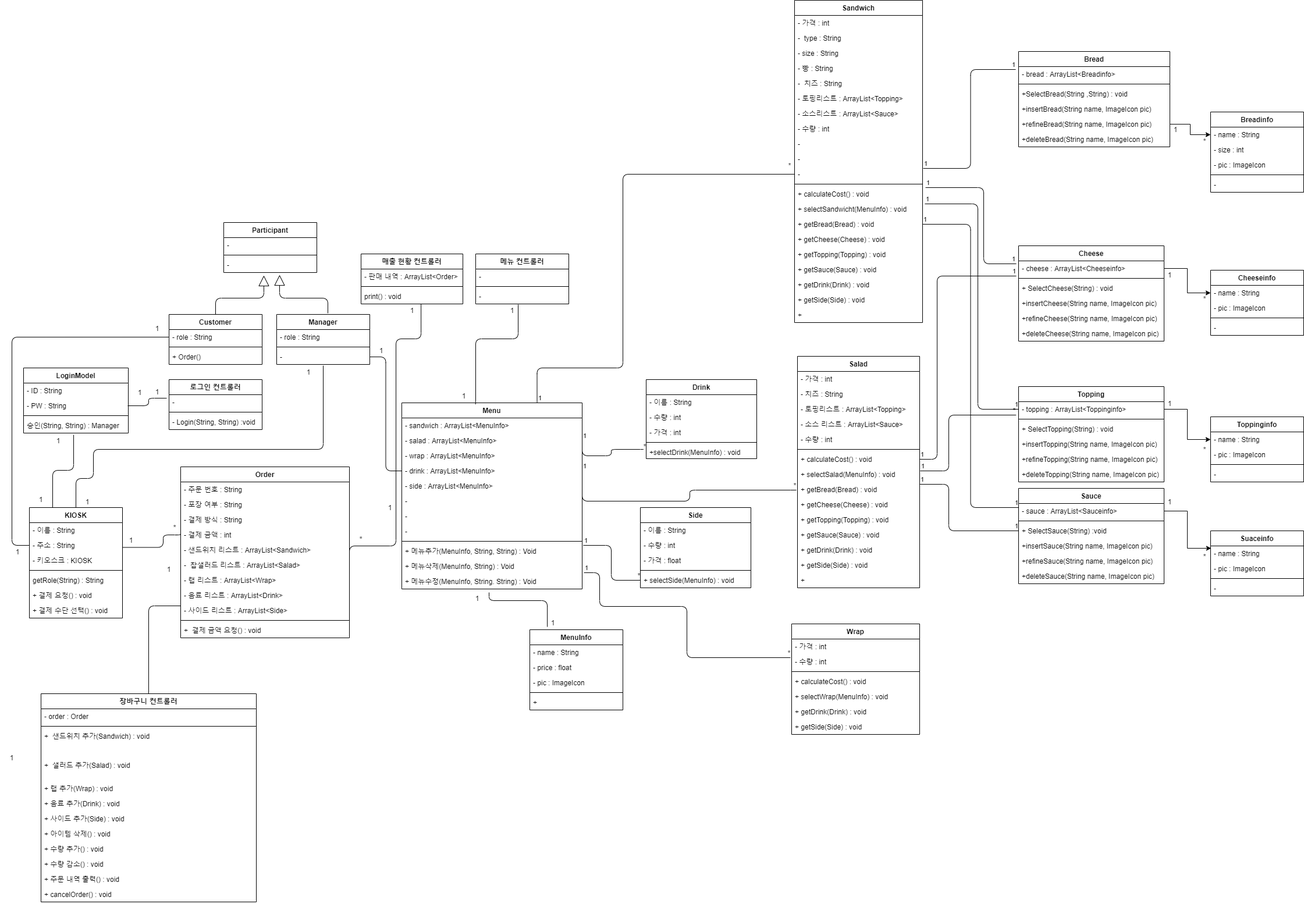
Before: 상세명세서/Structural Model/Class Diagram2.png, a diagram exported from draw.io (distroytest/KNUSD-20202-Team05). Source tidied: cells renumbered, new cells last; positions are measured from the earlier drawing's top-left corner, leaving out a move shared by most shapes.
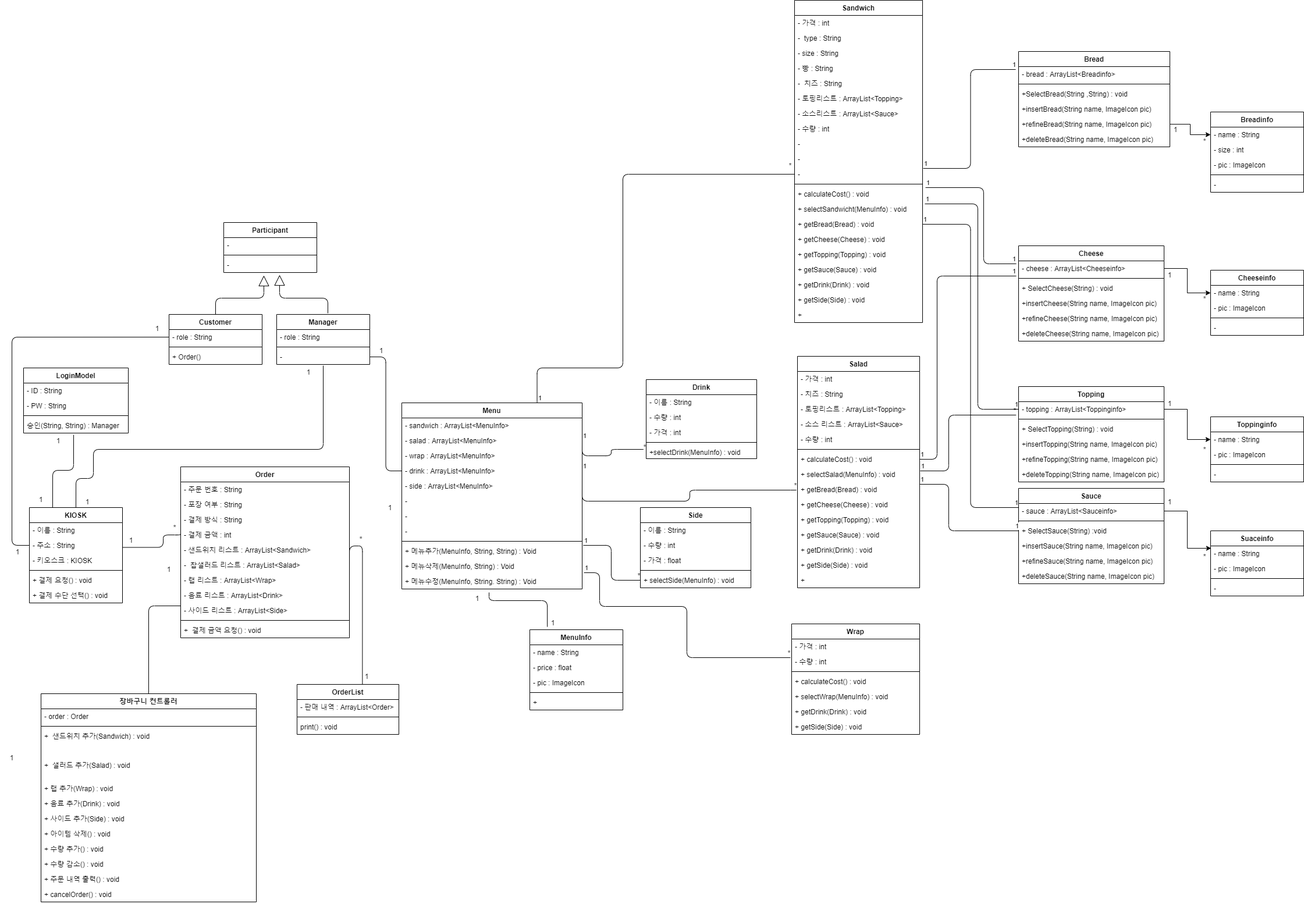
The same file after the commit.

What changed in the source:
```diff
@@ -3,7 +3,7 @@
     <mxCell id="0" />
     <mxCell id="1" parent="0" />
     <mxCell id="2" value="KIOSK" style="swimlane;fontStyle=1;align=center;verticalAlign=top;horizontal=1;startSize=26;" parent="1" vertex="1">
-      <mxGeometry x="50" y="872" width="160" height="190" as="geometry" />
+      <mxGeometry x="50" y="872" width="160" height="164" as="geometry" />
     </mxCell>
     <mxCell id="3" value="- 이름 : String" style="text;strokeColor=none;fillColor=none;align=left;verticalAlign=top;spacingLeft=4;spacingRight=4;overflow=hidden;" parent="2" vertex="1">
       <mxGeometry y="26" width="160" height="26" as="geometry" />
@@ -27,14 +27,11 @@
     <mxCell id="7" style="line;strokeWidth=1;fillColor=none;align=left;verticalAlign=middle;spacingTop=-1;spacingLeft=3;spacingRight=3;labelPosition=right;" parent="2" vertex="1">
       <mxGeometry y="104" width="160" height="8" as="geometry" />
     </mxCell>
-    <mxCell id="8" value="getRole(String) : String" style="text;strokeColor=none;fillColor=none;align=left;verticalAlign=top;spacingLeft=4;spacingRight=4;overflow=hidden;" parent="2" vertex="1">
-      <mxGeometry y="112" width="160" height="26" as="geometry" />
-    </mxCell>
     <mxCell id="9" value="+ 결제 요청() : void" style="text;strokeColor=none;fillColor=none;align=left;verticalAlign=top;spacingLeft=4;spacingRight=4;overflow=hidden;" parent="2" vertex="1">
-      <mxGeometry y="138" width="160" height="26" as="geometry" />
+      <mxGeometry y="112" width="160" height="26" as="geometry" />
     </mxCell>
     <mxCell id="10" value="+ 결제 수단 선택() : void" style="text;strokeColor=none;fillColor=none;align=left;verticalAlign=top;spacingLeft=4;spacingRight=4;overflow=hidden;" parent="2" vertex="1">
-      <mxGeometry y="164" width="160" height="26" as="geometry" />
+      <mxGeometry y="138" width="160" height="26" as="geometry" />
     </mxCell>
     <mxCell id="11" value="Order" style="swimlane;fontStyle=1;align=center;verticalAlign=top;horizontal=1;startSize=26;" parent="1" vertex="1">
       <mxGeometry x="310" y="802" width="290" height="294" as="geometry" />
@@ -165,18 +162,6 @@
     <mxCell id="53" value="승인(String, String) : Manager" style="text;strokeColor=none;fillColor=none;align=left;verticalAlign=top;spacingLeft=4;spacingRight=4;overflow=hidden;points=[[0,0.5],[1,0.5]];portConstraint=eastwest;" parent="49" vertex="1">
       <mxGeometry y="86" width="180" height="26" as="geometry" />
     </mxCell>
-    <mxCell id="54" value="로그인 컨트롤러" style="swimlane;fontStyle=1;align=center;verticalAlign=top;horizontal=1;startSize=26;" parent="1" vertex="1">
-      <mxGeometry x="290" y="652" width="160" height="86" as="geometry" />
-    </mxCell>
-    <mxCell id="55" value="-" style="text;strokeColor=none;fillColor=none;align=left;verticalAlign=top;spacingLeft=4;spacingRight=4;overflow=hidden;points=[[0,0.5],[1,0.5]];portConstraint=eastwest;" parent="54" vertex="1">
-      <mxGeometry y="26" width="160" height="26" as="geometry" />
-    </mxCell>
-    <mxCell id="56" style="line;strokeWidth=1;fillColor=none;align=left;verticalAlign=middle;spacingTop=-1;spacingLeft=3;spacingRight=3;labelPosition=right;" parent="54" vertex="1">
-      <mxGeometry y="52" width="160" height="8" as="geometry" />
-    </mxCell>
-    <mxCell id="57" value="- Login(String, String) :void" style="text;strokeColor=none;fillColor=none;align=left;verticalAlign=top;spacingLeft=4;spacingRight=4;overflow=hidden;" parent="54" vertex="1">
-      <mxGeometry y="60" width="160" height="26" as="geometry" />
-    </mxCell>
     <mxCell id="58" value="Manager" style="swimlane;fontStyle=1;align=center;verticalAlign=top;horizontal=1;startSize=26;" parent="1" vertex="1">
       <mxGeometry x="475" y="540" width="160" height="86" as="geometry" />
     </mxCell>
@@ -327,24 +312,6 @@
     <mxCell id="107" value="+ getSide(Side) : void" style="text;strokeColor=none;fillColor=none;align=left;verticalAlign=top;spacingLeft=4;spacingRight=4;overflow=hidden;" parent="100" vertex="1">
       <mxGeometry y="164" width="220" height="26" as="geometry" />
     </mxCell>
-    <mxCell id="108" value="메뉴 컨트롤러" style="swimlane;fontStyle=1;align=center;verticalAlign=top;horizontal=1;startSize=26;" parent="1" vertex="1">
-      <mxGeometry x="817" y="436" width="160" height="86" as="geometry" />
-    </mxCell>
-    <mxCell id="109" value="-" style="text;strokeColor=none;fillColor=none;align=left;verticalAlign=top;spacingLeft=4;spacingRight=4;overflow=hidden;" parent="108" vertex="1">
-      <mxGeometry y="26" width="160" height="26" as="geometry" />
-    </mxCell>
-    <mxCell id="110" style="line;strokeWidth=1;fillColor=none;align=left;verticalAlign=middle;spacingTop=-1;spacingLeft=3;spacingRight=3;labelPosition=right;" parent="108" vertex="1">
-      <mxGeometry y="52" width="160" height="8" as="geometry" />
-    </mxCell>
-    <mxCell id="111" value="-" style="text;strokeColor=none;fillColor=none;align=left;verticalAlign=top;spacingLeft=4;spacingRight=4;overflow=hidden;" parent="108" vertex="1">
-      <mxGeometry y="60" width="160" height="26" as="geometry" />
-    </mxCell>
-    <mxCell id="112" value="1" style="text;html=1;strokeColor=none;fillColor=none;align=center;verticalAlign=middle;whiteSpace=wrap;rounded=0;" parent="1" vertex="1">
-      <mxGeometry x="860" y="523" width="40" height="20" as="geometry" />
-    </mxCell>
-    <mxCell id="113" value="1" style="text;html=1;strokeColor=none;fillColor=none;align=center;verticalAlign=middle;whiteSpace=wrap;rounded=0;" parent="1" vertex="1">
-      <mxGeometry x="777" y="670" width="40" height="20" as="geometry" />
-    </mxCell>
     <mxCell id="114" value="MenuInfo" style="swimlane;fontStyle=1;align=center;verticalAlign=top;horizontal=1;startSize=26;" parent="1" vertex="1">
       <mxGeometry x="910" y="1082" width="160" height="138" as="geometry" />
     </mxCell>
@@ -531,8 +498,8 @@
         <mxPoint x="23" y="11" as="offset" />
       </mxGeometry>
     </mxCell>
-    <mxCell id="172" value="매출 현황 컨트롤러" style="swimlane;fontStyle=1;align=center;verticalAlign=top;horizontal=1;startSize=26;" parent="1" vertex="1">
-      <mxGeometry x="620" y="436" width="175" height="86" as="geometry" />
+    <mxCell id="172" value="OrderList" style="swimlane;fontStyle=1;align=center;verticalAlign=top;horizontal=1;startSize=26;" parent="1" vertex="1">
+      <mxGeometry x="510" y="1176" width="175" height="86" as="geometry" />
     </mxCell>
     <mxCell id="173" value="- 판매 내역 : ArrayList&lt;Order&gt;" style="text;strokeColor=none;fillColor=none;align=left;verticalAlign=top;spacingLeft=4;spacingRight=4;overflow=hidden;" parent="172" vertex="1">
       <mxGeometry y="26" width="175" height="26" as="geometry" />
@@ -547,7 +514,7 @@
       <mxGeometry x="600" y="916" width="40" height="20" as="geometry" />
     </mxCell>
     <mxCell id="177" value="1" style="text;html=1;strokeColor=none;fillColor=none;align=center;verticalAlign=middle;whiteSpace=wrap;rounded=0;" parent="1" vertex="1">
-      <mxGeometry x="687.5" y="523" width="40" height="20" as="geometry" />
+      <mxGeometry x="610" y="1152" width="40" height="20" as="geometry" />
     </mxCell>
     <mxCell id="178" style="endArrow=none;html=1;edgeStyle=orthogonalEdgeStyle;exitX=0.5;exitY=0;exitDx=0;exitDy=0;entryX=0.5;entryY=1.077;entryDx=0;entryDy=0;entryPerimeter=0;" parent="1" edge="1" source="2" target="61">
       <mxGeometry relative="1" as="geometry">
@@ -581,22 +548,6 @@
         </Array>
       </mxGeometry>
     </mxCell>
-    <mxCell id="183" style="endArrow=none;html=1;edgeStyle=orthogonalEdgeStyle;entryX=-0.025;entryY=0.231;entryDx=0;entryDy=0;entryPerimeter=0;" parent="1" edge="1" target="55">
-      <mxGeometry relative="1" as="geometry">
-        <mxPoint x="219" y="697" as="sourcePoint" />
-        <Array as="points">
-          <mxPoint x="219" y="697" />
-          <mxPoint x="255" y="697" />
-          <mxPoint x="255" y="684" />
-        </Array>
-      </mxGeometry>
-    </mxCell>
-    <mxCell id="184" value="1" style="text;html=1;strokeColor=none;fillColor=none;align=center;verticalAlign=middle;whiteSpace=wrap;rounded=0;" parent="1" vertex="1">
-      <mxGeometry x="220" y="664" width="40" height="20" as="geometry" />
-    </mxCell>
-    <mxCell id="185" value="1" style="text;html=1;strokeColor=none;fillColor=none;align=center;verticalAlign=middle;whiteSpace=wrap;rounded=0;" parent="1" vertex="1">
-      <mxGeometry x="250" y="663" width="40" height="20" as="geometry" />
-    </mxCell>
     <mxCell id="186" value="1" style="text;html=1;strokeColor=none;fillColor=none;align=center;verticalAlign=middle;whiteSpace=wrap;rounded=0;" parent="1" vertex="1">
       <mxGeometry x="10" y="938" width="40" height="20" as="geometry" />
     </mxCell>
@@ -631,24 +582,14 @@
     <mxCell id="195" style="endArrow=none;html=1;edgeStyle=orthogonalEdgeStyle;exitX=1;exitY=0.5;exitDx=0;exitDy=0;entryX=0;entryY=0.5;entryDx=0;entryDy=0;" parent="1" edge="1" source="61" target="40">
       <mxGeometry relative="1" as="geometry" />
     </mxCell>
-    <mxCell id="196" style="endArrow=none;html=1;edgeStyle=orthogonalEdgeStyle;exitX=1;exitY=0.231;exitDx=0;exitDy=0;exitPerimeter=0;entryX=0.589;entryY=1;entryDx=0;entryDy=0;entryPerimeter=0;" parent="1" edge="1" source="18" target="175">
+    <mxCell id="196" style="endArrow=none;html=1;edgeStyle=orthogonalEdgeStyle;exitX=1;exitY=0.231;exitDx=0;exitDy=0;exitPerimeter=0;entryX=0.642;entryY=-0.003;entryDx=0;entryDy=0;entryPerimeter=0;" parent="1" edge="1" source="18" target="172">
       <mxGeometry relative="1" as="geometry">
         <Array as="points">
-          <mxPoint x="680" y="938" />
-          <mxPoint x="680" y="582" />
-          <mxPoint x="723" y="582" />
+          <mxPoint x="600" y="938" />
+          <mxPoint x="622" y="938" />
         </Array>
       </mxGeometry>
     </mxCell>
-    <mxCell id="197" style="endArrow=none;html=1;edgeStyle=orthogonalEdgeStyle;entryX=0.75;entryY=0;entryDx=0;entryDy=0;exitX=0.406;exitY=0.006;exitDx=0;exitDy=0;exitPerimeter=0;" parent="1" edge="1" source="36" target="112">
-      <mxGeometry relative="1" as="geometry">
-        <Array as="points">
-          <mxPoint x="817" y="694" />
-          <mxPoint x="817" y="582" />
-          <mxPoint x="890" y="582" />
-        </Array>
-      </mxGeometry>
-    </mxCell>
     <mxCell id="198" style="endArrow=none;html=1;edgeStyle=orthogonalEdgeStyle;exitX=1;exitY=0;exitDx=0;exitDy=0;entryX=0.188;entryY=-0.036;entryDx=0;entryDy=0;entryPerimeter=0;" parent="1" edge="1" source="120" target="114">
       <mxGeometry relative="1" as="geometry">
         <Array as="points">
```
